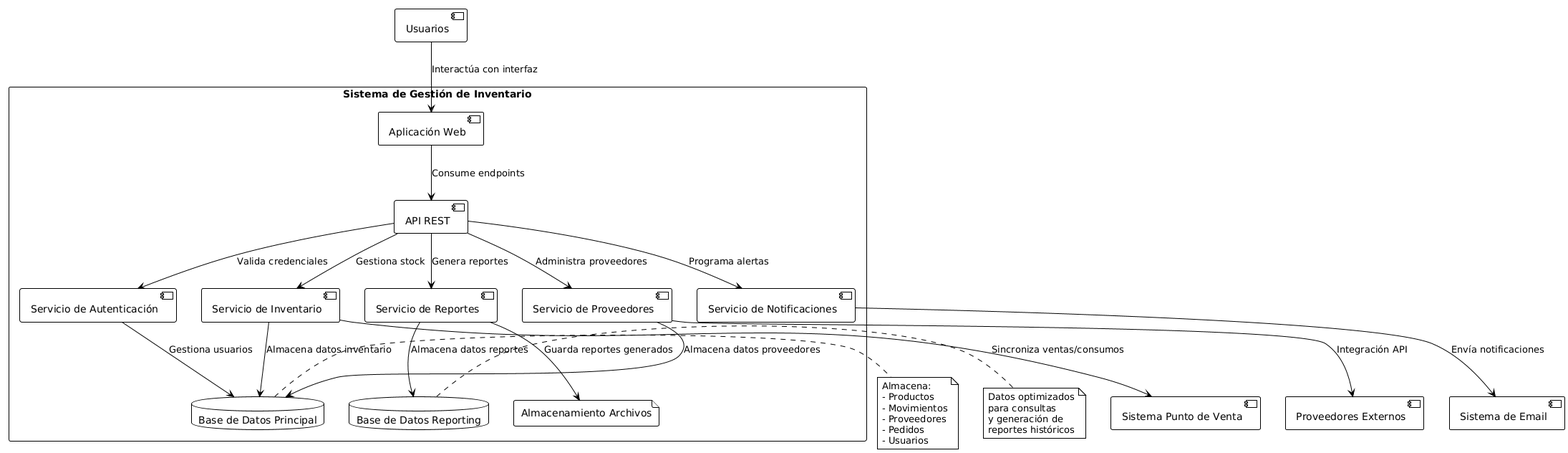
Aplicaciones-Web-CodeForge/Report keeps this PlantUML diagram as img/Software Architecture Container Diagrams.png. Above is the earlier version.
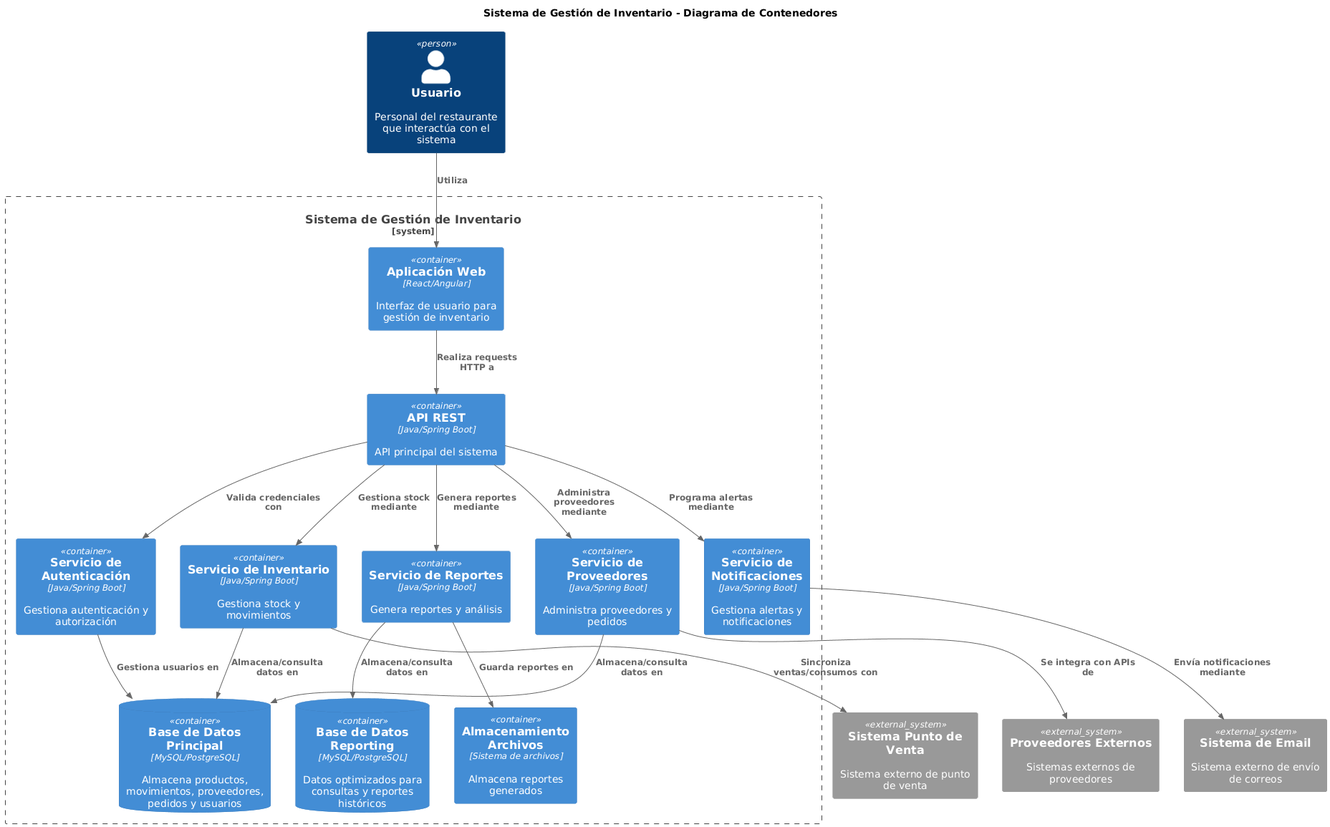
Above is the later version.

What changed in the source:
```diff
@@ -1,62 +1,43 @@
 @startuml
-!theme plain
+!include <c4/C4_Container>
 
-skinparam component {
-  BackgroundColor White
-  BorderColor Black
+title Sistema de Gestión de Inventario - Diagrama de Contenedores
+
+Person(usuario, "Usuario", "Personal del restaurante que interactúa con el sistema")
+
+System_Boundary(sistema_inventario, "Sistema de Gestión de Inventario") {
+    Container(web_app, "Aplicación Web", "React/Angular", "Interfaz de usuario para gestión de inventario")
+    Container(api, "API REST", "Java/Spring Boot", "API principal del sistema")
+    ContainerDb(main_db, "Base de Datos Principal", "MySQL/PostgreSQL", "Almacena productos, movimientos, proveedores, pedidos y usuarios")
+    ContainerDb(reporting_db, "Base de Datos Reporting", "MySQL/PostgreSQL", "Datos optimizados para consultas y reportes históricos")
+    Container(file_storage, "Almacenamiento Archivos", "Sistema de archivos", "Almacena reportes generados")
+
+    Container(auth_service, "Servicio de Autenticación", "Java/Spring Boot", "Gestiona autenticación y autorización")
+    Container(inventory_service, "Servicio de Inventario", "Java/Spring Boot", "Gestiona stock y movimientos")
+    Container(supplier_service, "Servicio de Proveedores", "Java/Spring Boot", "Administra proveedores y pedidos")
+    Container(reporting_service, "Servicio de Reportes", "Java/Spring Boot", "Genera reportes y análisis")
+    Container(notification_service, "Servicio de Notificaciones", "Java/Spring Boot", "Gestiona alertas y notificaciones")
 }
 
-rectangle "Sistema de Gestión de Inventario" {
+System_Ext(pos_system, "Sistema Punto de Venta", "Sistema externo de punto de venta")
+System_Ext(external_suppliers, "Proveedores Externos", "Sistemas externos de proveedores")
+System_Ext(email_system, "Sistema de Email", "Sistema externo de envío de correos")
 
-  [Aplicación Web] as web_app
-  [API REST] as api
-  [Servicio de Autenticación] as auth_service
-  [Servicio de Inventario] as inventory_service
-  [Servicio de Proveedores] as supplier_service
-  [Servicio de Reportes] as reporting_service
-  [Servicio de Notificaciones] as notification_service
+Rel(usuario, web_app, "Utiliza")
+Rel(web_app, api, "Realiza requests HTTP a")
+Rel(api, auth_service, "Valida credenciales con")
+Rel(api, inventory_service, "Gestiona stock mediante")
+Rel(api, supplier_service, "Administra proveedores mediante")
+Rel(api, reporting_service, "Genera reportes mediante")
+Rel(api, notification_service, "Programa alertas mediante")
 
-  database "Base de Datos Principal" as main_db
-  database "Base de Datos Reporting" as reporting_db
-  file "Almacenamiento Archivos" as file_storage
-}
+Rel(inventory_service, main_db, "Almacena/consulta datos en")
+Rel(supplier_service, main_db, "Almacena/consulta datos en")
+Rel(auth_service, main_db, "Gestiona usuarios en")
+Rel(reporting_service, reporting_db, "Almacena/consulta datos en")
+Rel(reporting_service, file_storage, "Guarda reportes en")
 
-[Usuarios] as users
-[Sistema Punto de Venta] as pos
-[Proveedores Externos] as external_suppliers
-[Sistema de Email] as email_system
-
-web_app --> api : Consume endpoints
-users --> web_app : Interactúa con interfaz
-api --> auth_service : Valida credenciales
-api --> inventory_service : Gestiona stock
-api --> supplier_service : Administra proveedores
-api --> reporting_service : Genera reportes
-api --> notification_service : Programa alertas
-
-inventory_service --> main_db : Almacena datos inventario
-supplier_service --> main_db : Almacena datos proveedores
-auth_service --> main_db : Gestiona usuarios
-reporting_service --> reporting_db : Almacena datos reportes
-reporting_service --> file_storage : Guarda reportes generados
-
-notification_service --> email_system : Envía notificaciones
-supplier_service --> external_suppliers : Integración API
-inventory_service --> pos : Sincroniza ventas/consumos
-
-note right of main_db
-  Almacena:
-  - Productos
-  - Movimientos
-  - Proveedores
-  - Pedidos
-  - Usuarios
-end note
-
-note left of reporting_db
-  Datos optimizados
-  para consultas
-  y generación de
-  reportes históricos
-end note
+Rel(notification_service, email_system, "Envía notificaciones mediante")
+Rel(supplier_service, external_suppliers, "Se integra con APIs de")
+Rel(inventory_service, pos_system, "Sincroniza ventas/consumos con")
 @enduml
```
